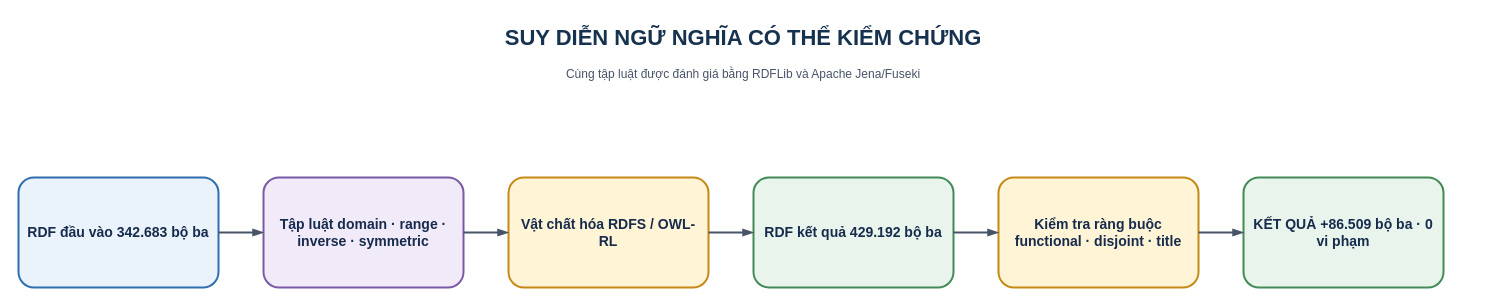
Above: report_latex/images/sources/semantic_reasoning.drawio in khanhhk/advanced_database (draw.io), before the change. Source tidied: cells renumbered, new cells numbered last; positions are measured from the earlier drawing's top-left corner, leaving out a move shared by most shapes. Both pictures are drawn from the tidied source at 100%, with x=0, y=0 at pixel (18, 17).
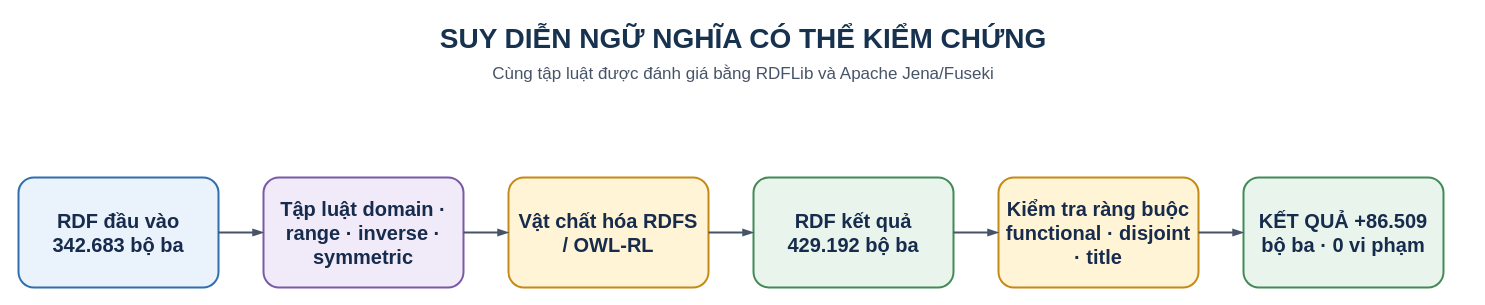
The same page after the edit.

Diff of the diagram source:
```diff
@@
 <mxGraphModel background="#FFFFFF">
   <root>
     <mxCell id="0" />
     <mxCell id="1" parent="0" />
-    <mxCell id="2" value="SUY DIỄN NGỮ NGHĨA CÓ THỂ KIỂM CHỨNG" style="text;html=1;whiteSpace=wrap;align=center;verticalAlign=middle;fontFamily=Helvetica;fontSize=22;fontColor=#16324F;fontStyle=1;" parent="1" vertex="1">
+    <mxCell id="2" value="SUY DIỄN NGỮ NGHĨA CÓ THỂ KIỂM CHỨNG" style="text;html=1;whiteSpace=wrap;align=center;verticalAlign=middle;fontFamily=Helvetica;fontSize=28;fontColor=#16324F;fontStyle=1;" parent="1" vertex="1">
       <mxGeometry width="1450" height="42" as="geometry" />
     </mxCell>
-    <mxCell id="3" value="Cùng tập luật được đánh giá bằng RDFLib và Apache Jena/Fuseki" style="text;html=1;whiteSpace=wrap;align=center;verticalAlign=middle;fontFamily=Helvetica;fontSize=12;fontColor=#475467;" parent="1" vertex="1">
+    <mxCell id="3" value="Cùng tập luật được đánh giá bằng RDFLib và Apache Jena/Fuseki" style="text;html=1;whiteSpace=wrap;align=center;verticalAlign=middle;fontFamily=Helvetica;fontSize=17;fontColor=#475467;" parent="1" vertex="1">
       <mxGeometry y="42" width="1450" height="30" as="geometry" />
     </mxCell>
-    <mxCell id="4" value="RDF đầu vào 342.683 bộ ba" style="rounded=1;arcSize=14;whiteSpace=wrap;html=1;align=center;verticalAlign=middle;spacing=8;fontFamily=Helvetica;fontSize=14;fontColor=#172B4D;fillColor=#EAF2FB;strokeColor=#2F6FAE;strokeWidth=2;fontStyle=1;" parent="1" vertex="1">
+    <mxCell id="4" value="RDF đầu vào 342.683 bộ ba" style="rounded=1;arcSize=14;whiteSpace=wrap;html=1;align=center;verticalAlign=middle;spacing=8;fontFamily=Helvetica;fontSize=20;fontColor=#172B4D;fillColor=#EAF2FB;strokeColor=#2F6FAE;strokeWidth=2;fontStyle=1;" parent="1" vertex="1">
       <mxGeometry y="160" width="200" height="110" as="geometry" />
     </mxCell>
-    <mxCell id="5" value="Tập luật domain · range · inverse · symmetric" style="rounded=1;arcSize=14;whiteSpace=wrap;html=1;align=center;verticalAlign=middle;spacing=8;fontFamily=Helvetica;fontSize=14;fontColor=#172B4D;fillColor=#F1EAF8;strokeColor=#7A5AA6;strokeWidth=2;fontStyle=1;" parent="1" vertex="1">
+    <mxCell id="5" value="Tập luật domain · range · inverse · symmetric" style="rounded=1;arcSize=14;whiteSpace=wrap;html=1;align=center;verticalAlign=middle;spacing=8;fontFamily=Helvetica;fontSize=20;fontColor=#172B4D;fillColor=#F1EAF8;strokeColor=#7A5AA6;strokeWidth=2;fontStyle=1;" parent="1" vertex="1">
       <mxGeometry x="245" y="160" width="200" height="110" as="geometry" />
     </mxCell>
-    <mxCell id="6" value="Vật chất hóa RDFS / OWL-RL" style="rounded=1;arcSize=14;whiteSpace=wrap;html=1;align=center;verticalAlign=middle;spacing=8;fontFamily=Helvetica;fontSize=14;fontColor=#172B4D;fillColor=#FFF4D6;strokeColor=#C58A16;strokeWidth=2;fontStyle=1;" parent="1" vertex="1">
+    <mxCell id="6" value="Vật chất hóa RDFS / OWL-RL" style="rounded=1;arcSize=14;whiteSpace=wrap;html=1;align=center;verticalAlign=middle;spacing=8;fontFamily=Helvetica;fontSize=20;fontColor=#172B4D;fillColor=#FFF4D6;strokeColor=#C58A16;strokeWidth=2;fontStyle=1;" parent="1" vertex="1">
       <mxGeometry x="490" y="160" width="200" height="110" as="geometry" />
     </mxCell>
-    <mxCell id="7" value="RDF kết quả 429.192 bộ ba" style="rounded=1;arcSize=14;whiteSpace=wrap;html=1;align=center;verticalAlign=middle;spacing=8;fontFamily=Helvetica;fontSize=14;fontColor=#172B4D;fillColor=#E9F5EC;strokeColor=#438A57;strokeWidth=2;fontStyle=1;" parent="1" vertex="1">
+    <mxCell id="7" value="RDF kết quả 429.192 bộ ba" style="rounded=1;arcSize=14;whiteSpace=wrap;html=1;align=center;verticalAlign=middle;spacing=8;fontFamily=Helvetica;fontSize=20;fontColor=#172B4D;fillColor=#E9F5EC;strokeColor=#438A57;strokeWidth=2;fontStyle=1;" parent="1" vertex="1">
       <mxGeometry x="735" y="160" width="200" height="110" as="geometry" />
     </mxCell>
-    <mxCell id="8" value="Kiểm tra ràng buộc functional · disjoint · title" style="rounded=1;arcSize=14;whiteSpace=wrap;html=1;align=center;verticalAlign=middle;spacing=8;fontFamily=Helvetica;fontSize=14;fontColor=#172B4D;fillColor=#FFF4D6;strokeColor=#C58A16;strokeWidth=2;fontStyle=1;" parent="1" vertex="1">
+    <mxCell id="8" value="Kiểm tra ràng buộc functional · disjoint · title" style="rounded=1;arcSize=14;whiteSpace=wrap;html=1;align=center;verticalAlign=middle;spacing=8;fontFamily=Helvetica;fontSize=20;fontColor=#172B4D;fillColor=#FFF4D6;strokeColor=#C58A16;strokeWidth=2;fontStyle=1;" parent="1" vertex="1">
       <mxGeometry x="980" y="160" width="200" height="110" as="geometry" />
     </mxCell>
-    <mxCell id="9" value="KẾT QUẢ +86.509 bộ ba · 0 vi phạm" style="rounded=1;arcSize=14;whiteSpace=wrap;html=1;align=center;verticalAlign=middle;spacing=8;fontFamily=Helvetica;fontSize=14;fontColor=#172B4D;fillColor=#E9F5EC;strokeColor=#438A57;strokeWidth=2;fontStyle=1;" parent="1" vertex="1">
+    <mxCell id="9" value="KẾT QUẢ +86.509 bộ ba · 0 vi phạm" style="rounded=1;arcSize=14;whiteSpace=wrap;html=1;align=center;verticalAlign=middle;spacing=8;fontFamily=Helvetica;fontSize=20;fontColor=#172B4D;fillColor=#E9F5EC;strokeColor=#438A57;strokeWidth=2;fontStyle=1;" parent="1" vertex="1">
       <mxGeometry x="1225" y="160" width="200" height="110" as="geometry" />
     </mxCell>
-    <mxCell id="10" style="edgeStyle=orthogonalEdgeStyle;rounded=1;jettySize=auto;html=1;strokeColor=#475467;strokeWidth=2;endArrow=blockThin;endFill=1;fontFamily=Helvetica;fontSize=11;fontColor=#344054;labelBackgroundColor=#FFFFFF;exitX=1;exitY=0.5;exitDx=0;exitDy=0;entryX=0;entryY=0.5;entryDx=0;entryDy=0;" parent="1" edge="1" source="4" target="5">
+    <mxCell id="10" style="edgeStyle=orthogonalEdgeStyle;rounded=1;jettySize=auto;html=1;strokeColor=#475467;strokeWidth=2;endArrow=blockThin;endFill=1;fontFamily=Helvetica;fontSize=16;fontColor=#344054;labelBackgroundColor=#FFFFFF;exitX=1;exitY=0.5;exitDx=0;exitDy=0;entryX=0;entryY=0.5;entryDx=0;entryDy=0;" parent="1" edge="1" source="4" target="5">
       <mxGeometry relative="1" as="geometry" />
     </mxCell>
-    <mxCell id="11" style="edgeStyle=orthogonalEdgeStyle;rounded=1;jettySize=auto;html=1;strokeColor=#475467;strokeWidth=2;endArrow=blockThin;endFill=1;fontFamily=Helvetica;fontSize=11;fontColor=#344054;labelBackgroundColor=#FFFFFF;exitX=1;exitY=0.5;exitDx=0;exitDy=0;entryX=0;entryY=0.5;entryDx=0;entryDy=0;" parent="1" edge="1" source="5" target="6">
+    <mxCell id="11" style="edgeStyle=orthogonalEdgeStyle;rounded=1;jettySize=auto;html=1;strokeColor=#475467;strokeWidth=2;endArrow=blockThin;endFill=1;fontFamily=Helvetica;fontSize=16;fontColor=#344054;labelBackgroundColor=#FFFFFF;exitX=1;exitY=0.5;exitDx=0;exitDy=0;entryX=0;entryY=0.5;entryDx=0;entryDy=0;" parent="1" edge="1" source="5" target="6">
       <mxGeometry relative="1" as="geometry" />
     </mxCell>
-    <mxCell id="12" style="edgeStyle=orthogonalEdgeStyle;rounded=1;jettySize=auto;html=1;strokeColor=#475467;strokeWidth=2;endArrow=blockThin;endFill=1;fontFamily=Helvetica;fontSize=11;fontColor=#344054;labelBackgroundColor=#FFFFFF;exitX=1;exitY=0.5;exitDx=0;exitDy=0;entryX=0;entryY=0.5;entryDx=0;entryDy=0;" parent="1" edge="1" source="6" target="7">
+    <mxCell id="12" style="edgeStyle=orthogonalEdgeStyle;rounded=1;jettySize=auto;html=1;strokeColor=#475467;strokeWidth=2;endArrow=blockThin;endFill=1;fontFamily=Helvetica;fontSize=16;fontColor=#344054;labelBackgroundColor=#FFFFFF;exitX=1;exitY=0.5;exitDx=0;exitDy=0;entryX=0;entryY=0.5;entryDx=0;entryDy=0;" parent="1" edge="1" source="6" target="7">
       <mxGeometry relative="1" as="geometry" />
     </mxCell>
-    <mxCell id="13" style="edgeStyle=orthogonalEdgeStyle;rounded=1;jettySize=auto;html=1;strokeColor=#475467;strokeWidth=2;endArrow=blockThin;endFill=1;fontFamily=Helvetica;fontSize=11;fontColor=#344054;labelBackgroundColor=#FFFFFF;exitX=1;exitY=0.5;exitDx=0;exitDy=0;entryX=0;entryY=0.5;entryDx=0;entryDy=0;" parent="1" edge="1" source="7" target="8">
+    <mxCell id="13" style="edgeStyle=orthogonalEdgeStyle;rounded=1;jettySize=auto;html=1;strokeColor=#475467;strokeWidth=2;endArrow=blockThin;endFill=1;fontFamily=Helvetica;fontSize=16;fontColor=#344054;labelBackgroundColor=#FFFFFF;exitX=1;exitY=0.5;exitDx=0;exitDy=0;entryX=0;entryY=0.5;entryDx=0;entryDy=0;" parent="1" edge="1" source="7" target="8">
       <mxGeometry relative="1" as="geometry" />
     </mxCell>
-    <mxCell id="14" style="edgeStyle=orthogonalEdgeStyle;rounded=1;jettySize=auto;html=1;strokeColor=#475467;strokeWidth=2;endArrow=blockThin;endFill=1;fontFamily=Helvetica;fontSize=11;fontColor=#344054;labelBackgroundColor=#FFFFFF;exitX=1;exitY=0.5;exitDx=0;exitDy=0;entryX=0;entryY=0.5;entryDx=0;entryDy=0;" parent="1" edge="1" source="8" target="9">
+    <mxCell id="14" style="edgeStyle=orthogonalEdgeStyle;rounded=1;jettySize=auto;html=1;strokeColor=#475467;strokeWidth=2;endArrow=blockThin;endFill=1;fontFamily=Helvetica;fontSize=16;fontColor=#344054;labelBackgroundColor=#FFFFFF;exitX=1;exitY=0.5;exitDx=0;exitDy=0;entryX=0;entryY=0.5;entryDx=0;entryDy=0;" parent="1" edge="1" source="8" target="9">
       <mxGeometry relative="1" as="geometry" />
     </mxCell>
   </root>
 </mxGraphModel>
```
